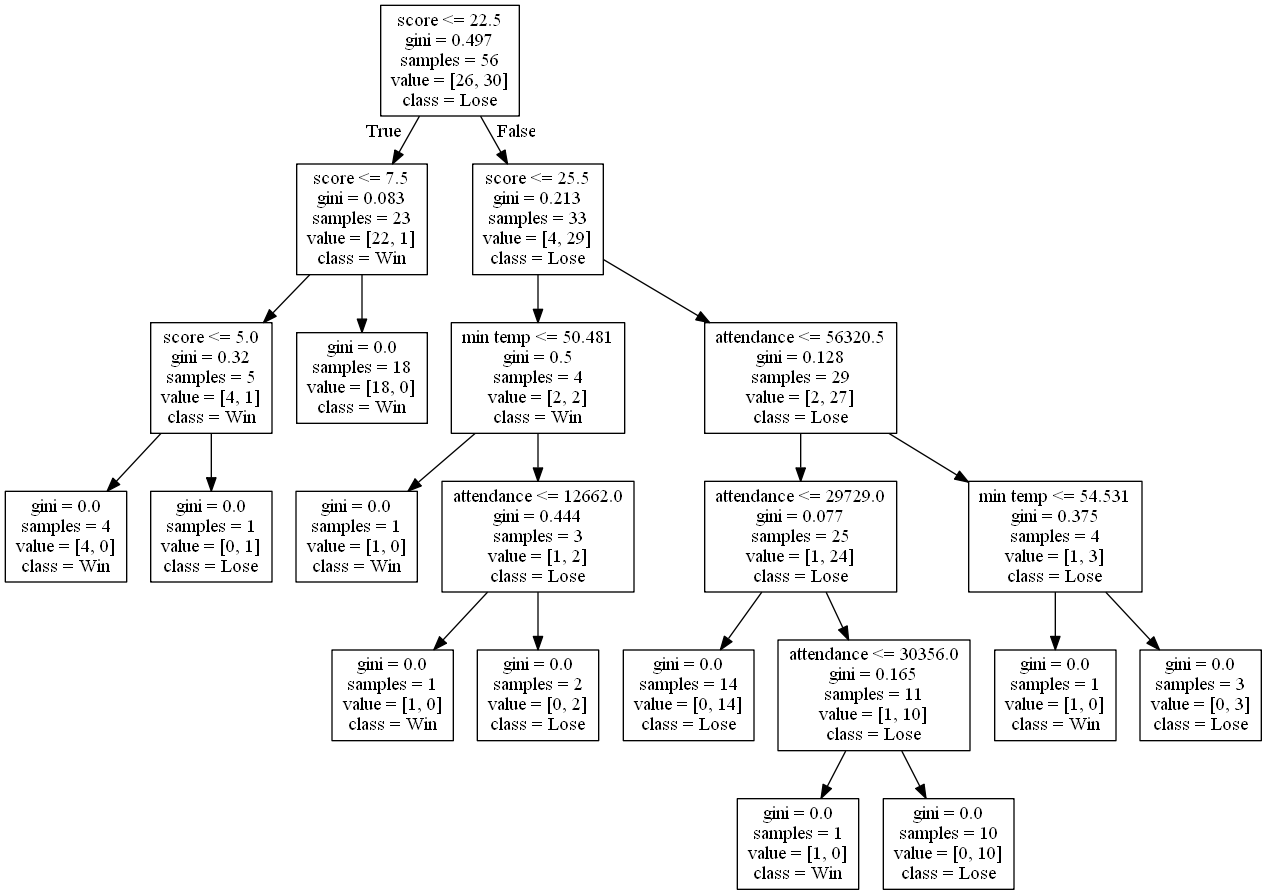
Before: DecisionTrees/decision_tree_with_score15.png, a diagram exported from Graphviz (alexana-steck/CSE482Project). Its source is kept beside it as DecisionTrees/decision_tree_with_score15.dot.
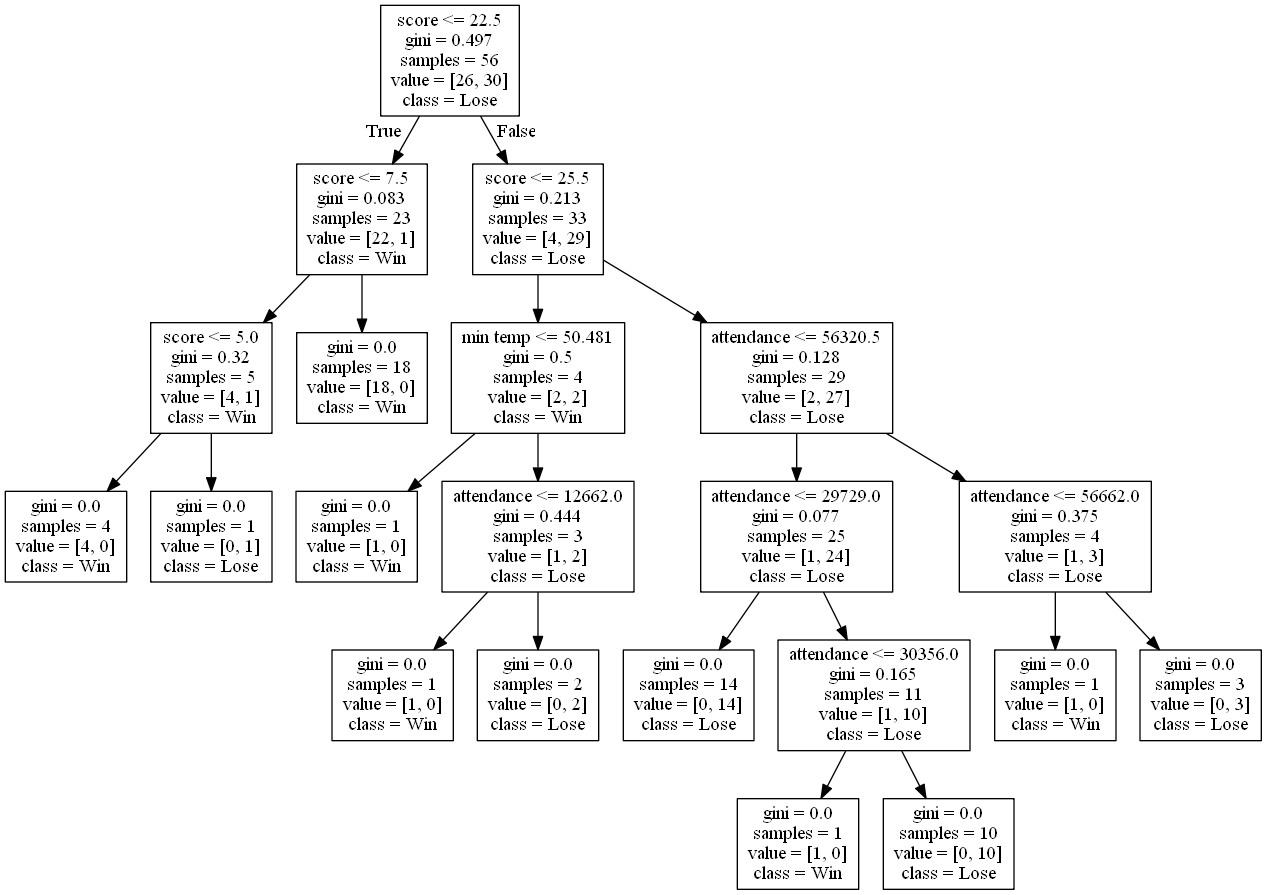
Later version of the same file.

Diff of the diagram source:
```diff
@@ -35,7 +35,7 @@
 15 -> 16 ;
 17 [label="gini = 0.0\nsamples = 10\nvalue = [0, 10]\nclass = Lose"] ;
 15 -> 17 ;
-18 [label="min temp <= 54.531\ngini = 0.375\nsamples = 4\nvalue = [1, 3]\nclass = Lose"] ;
+18 [label="attendance <= 56662.0\ngini = 0.375\nsamples = 4\nvalue = [1, 3]\nclass = Lose"] ;
 12 -> 18 ;
 19 [label="gini = 0.0\nsamples = 1\nvalue = [1, 0]\nclass = Win"] ;
 18 -> 19 ;
```
